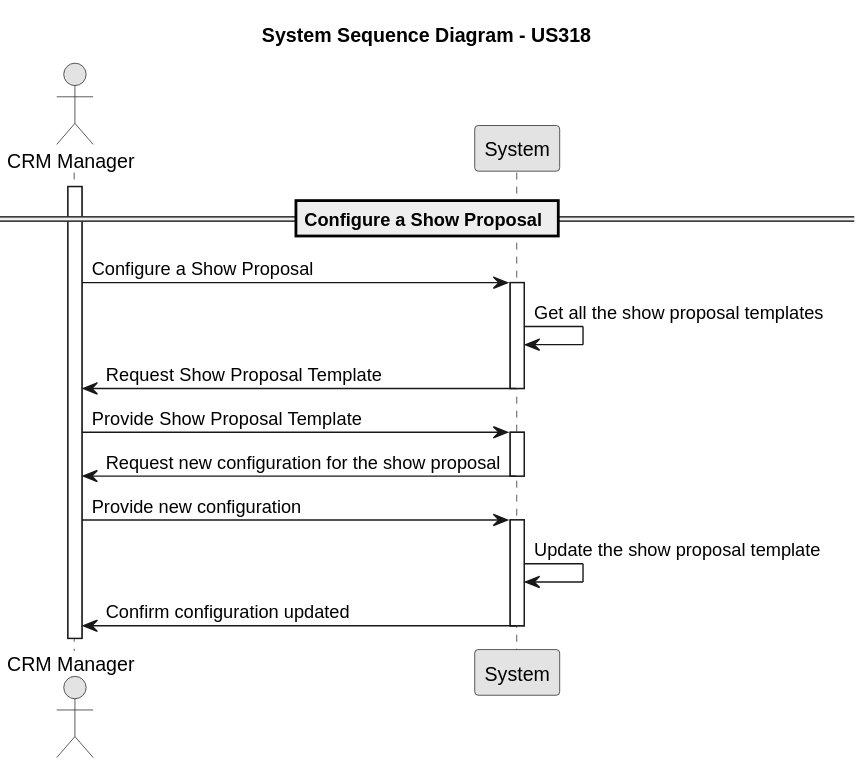
Above: docs/Sprint3/us_318/images/system-sequence-diagram-US318.svg in rubenFreitas1/ISEP-LAPR4-2024-2025 (PlantUML), before the change. The source it was exported from:
```plantuml
@startuml
skinparam monochrome true
skinparam packageStyle rectangle
skinparam shadowing false

actor "CRM Manager" as crmManager
participant "System" as system

title System Sequence Diagram - US318

== Configure a Show Proposal ==
activate crmManager

crmManager -> system : Configure a Show Proposal
activate system

system ->system: Get all the show proposal templates

system -> crmManager : Request Show Proposal Template
deactivate system
crmManager -> system : Provide Show Proposal Template

activate system
system -> crmManager : Request new configuration for the show proposal
deactivate system
crmManager -> system : Provide new configuration
activate system
system -> system : Update the show proposal template
system -> crmManager : Confirm configuration updated
deactivate system
@enduml
```
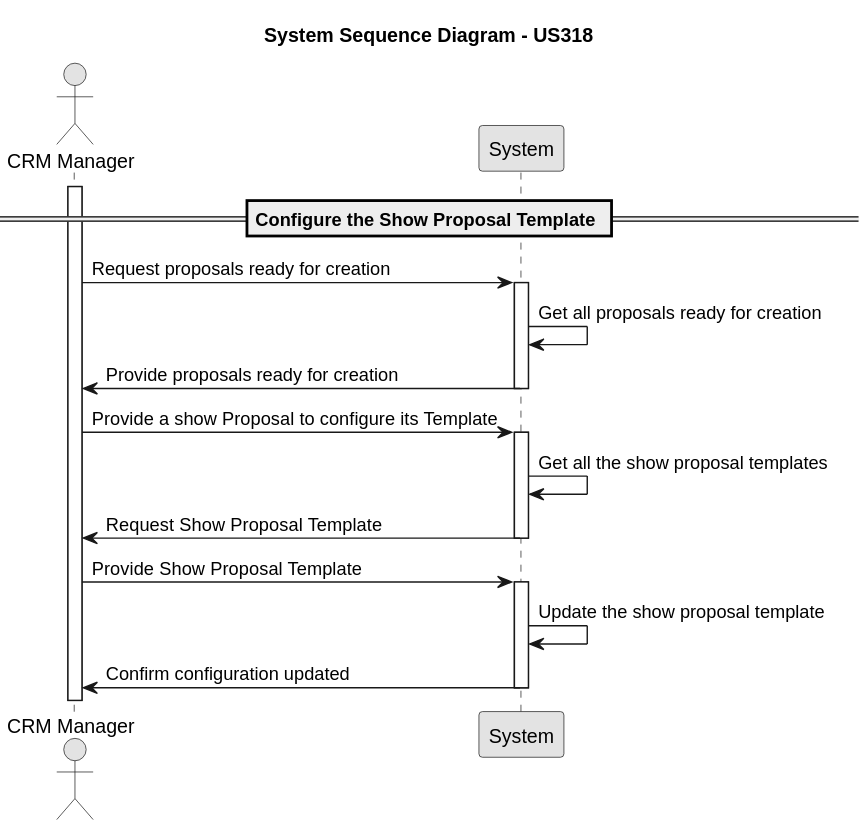
After the change.

Commit message:
#218 #277 proposal generator implemented

Diff of the diagram source:
```diff
@@ -8,10 +8,19 @@
 
 title System Sequence Diagram - US318
 
-== Configure a Show Proposal ==
+== Configure the Show Proposal Template ==
+
 activate crmManager
 
-crmManager -> system : Configure a Show Proposal
+crmManager -> system : Request proposals ready for creation
+activate system
+system -> system : Get all proposals ready for creation
+
+system -> crmManager : Provide proposals ready for creation
+deactivate system
+
+
+crmManager -> system : Provide a show Proposal to configure its Template
 activate system
 
 system ->system: Get all the show proposal templates
@@ -21,10 +30,6 @@
 crmManager -> system : Provide Show Proposal Template
 
 activate system
-system -> crmManager : Request new configuration for the show proposal
-deactivate system
-crmManager -> system : Provide new configuration
-activate system
 system -> system : Update the show proposal template
 system -> crmManager : Confirm configuration updated
 deactivate system
```
